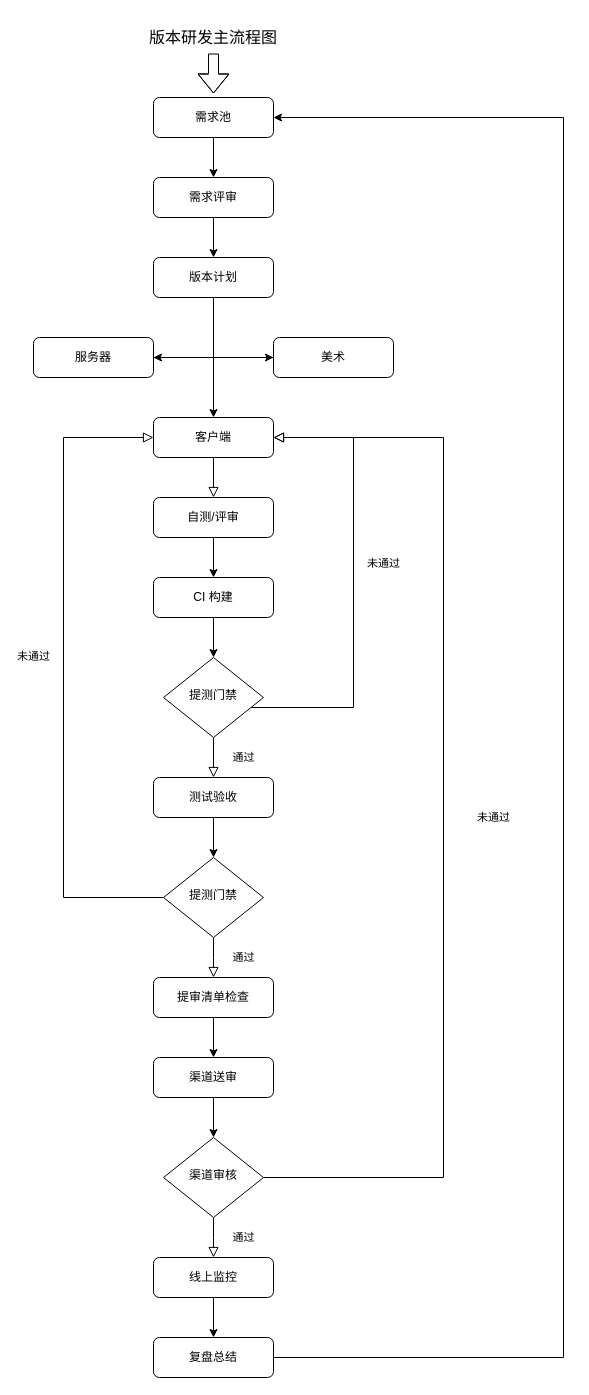
OS49Art/TowerDefense-GameFramework-Demo keeps this draw.io diagram as Doc/未命名绘图.drawio. Above is the earlier version. Source tidied: cells renumbered, new cells numbered last; positions are measured from the earlier drawing's top-left corner, leaving out a move shared by most shapes. Both pictures are drawn from the tidied source at 100%, with x=0, y=0 at pixel (23, 17).
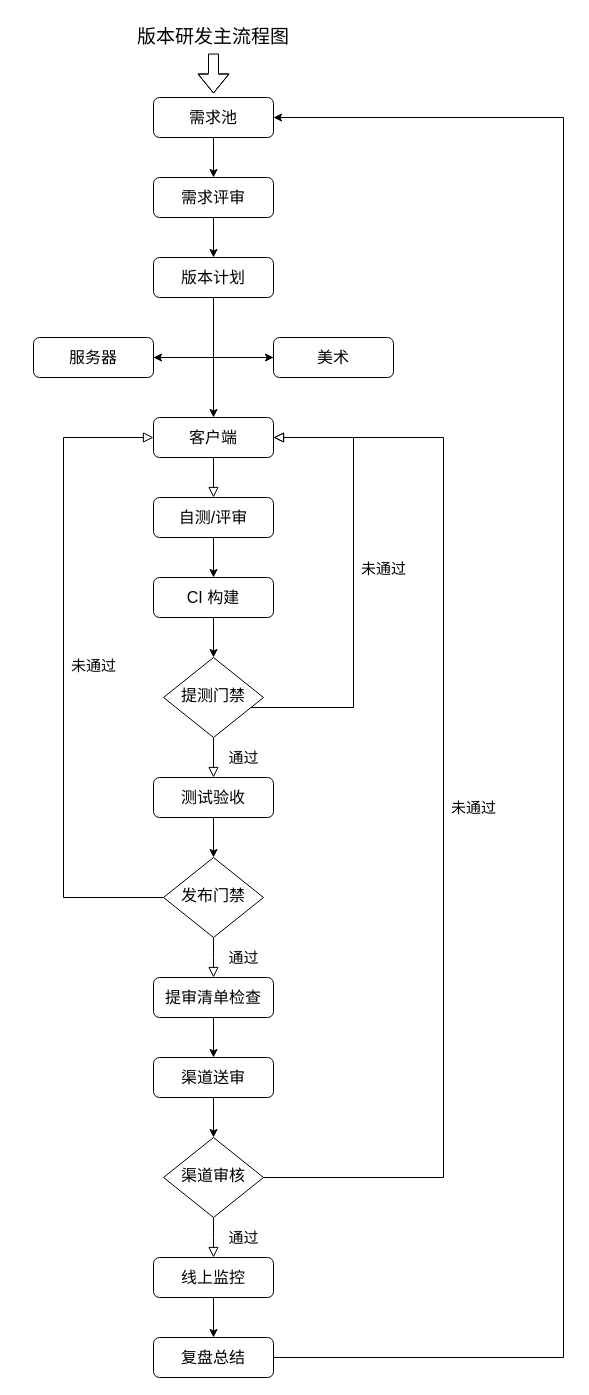
The same page after the edit.

Commit message:
更新未命名绘图.drawio

Change to the diagram source:
```diff
@@
-    <mxCell id="3" value="客户端" style="rounded=1;whiteSpace=wrap;html=1;fontSize=12;glass=0;strokeWidth=1;shadow=0;" parent="1" vertex="1">
+    <mxCell id="3" value="&lt;font&gt;客户端&lt;/font&gt;" style="rounded=1;whiteSpace=wrap;html=1;fontSize=16;glass=0;strokeWidth=1;shadow=0;" parent="1" vertex="1">
       <mxGeometry x="130" y="400" width="120" height="40" as="geometry" />
     </mxCell>
@@
-    <mxCell id="5" value="自测/评审" style="rounded=1;whiteSpace=wrap;html=1;fontSize=12;glass=0;strokeWidth=1;shadow=0;" parent="1" vertex="1">
+    <mxCell id="5" value="自测/评审" style="rounded=1;whiteSpace=wrap;html=1;fontSize=16;glass=0;strokeWidth=1;shadow=0;" parent="1" vertex="1">
       <mxGeometry x="130" y="480" width="120" height="40" as="geometry" />
     </mxCell>
-    <mxCell id="6" value="未通过" style="rounded=0;html=1;jettySize=auto;fontSize=11;endArrow=block;endFill=0;endSize=8;strokeWidth=1;shadow=0;labelBackgroundColor=none;edgeStyle=orthogonalEdgeStyle;entryX=1;entryY=0.5;entryDx=0;entryDy=0;" parent="1" edge="1" source="8" target="3">
-      <mxGeometry x="0.09" y="-30" relative="1" as="geometry">
+    <mxCell id="6" value="未通过" style="rounded=0;html=1;jettySize=auto;fontSize=15;endArrow=block;endFill=0;endSize=8;strokeWidth=1;shadow=0;labelBackgroundColor=none;edgeStyle=orthogonalEdgeStyle;entryX=1;entryY=0.5;entryDx=0;entryDy=0;" parent="1" edge="1" source="8" target="3">
+      <mxGeometry x="0.07" y="-30" relative="1" as="geometry">
         <Array as="points">
           <mxPoint x="330" y="690" />
           <mxPoint x="330" y="420" />
         </Array>
       </mxGeometry>
     </mxCell>
-    <mxCell id="7" value="通过" style="edgeStyle=orthogonalEdgeStyle;rounded=0;html=1;jettySize=auto;fontSize=11;endArrow=block;endFill=0;endSize=8;strokeWidth=1;shadow=0;labelBackgroundColor=none;entryX=0.5;entryY=0;entryDx=0;entryDy=0;" parent="1" edge="1" source="8" target="10">
+    <mxCell id="7" value="通过" style="edgeStyle=orthogonalEdgeStyle;rounded=0;html=1;jettySize=auto;fontSize=15;endArrow=block;endFill=0;endSize=8;strokeWidth=1;shadow=0;labelBackgroundColor=none;entryX=0.5;entryY=0;entryDx=0;entryDy=0;" parent="1" edge="1" source="8" target="10">
       <mxGeometry y="30" relative="1" as="geometry" />
     </mxCell>
-    <mxCell id="8" value="提测门禁" style="rhombus;whiteSpace=wrap;html=1;shadow=0;fontFamily=Helvetica;fontSize=12;align=center;strokeWidth=1;spacing=6;spacingTop=-4;" parent="1" vertex="1">
+    <mxCell id="8" value="提测门禁" style="rhombus;whiteSpace=wrap;html=1;shadow=0;fontFamily=Helvetica;fontSize=16;align=center;strokeWidth=1;spacing=6;spacingTop=-4;" parent="1" vertex="1">
       <mxGeometry x="140" y="640" width="100" height="80" as="geometry" />
     </mxCell>
@@
-    <mxCell id="10" value="测试验收" style="rounded=1;whiteSpace=wrap;html=1;fontSize=12;glass=0;strokeWidth=1;shadow=0;" parent="1" vertex="1">
+    <mxCell id="10" value="测试验收" style="rounded=1;whiteSpace=wrap;html=1;fontSize=16;glass=0;strokeWidth=1;shadow=0;" parent="1" vertex="1">
       <mxGeometry x="130" y="760" width="120" height="40" as="geometry" />
     </mxCell>
-    <mxCell id="11" value="&lt;font style=&quot;font-size: 16px;&quot;&gt;版本研发主流程图&lt;/font&gt;" style="text;html=1;whiteSpace=wrap;strokeColor=none;fillColor=none;align=center;verticalAlign=middle;rounded=0;" parent="1" vertex="1">
+    <mxCell id="11" value="&lt;font&gt;版本研发主流程图&lt;/font&gt;" style="text;html=1;whiteSpace=wrap;strokeColor=none;fillColor=none;align=center;verticalAlign=middle;rounded=0;fontSize=19;" parent="1" vertex="1">
       <mxGeometry width="380" height="40" as="geometry" />
     </mxCell>
@@
-    <mxCell id="13" value="需求池" style="rounded=1;whiteSpace=wrap;html=1;fontSize=12;glass=0;strokeWidth=1;shadow=0;" parent="1" vertex="1">
+    <mxCell id="13" value="&lt;font&gt;需求池&lt;/font&gt;" style="rounded=1;whiteSpace=wrap;html=1;fontSize=16;glass=0;strokeWidth=1;shadow=0;" parent="1" vertex="1">
       <mxGeometry x="130" y="80" width="120" height="40" as="geometry" />
     </mxCell>
@@
-    <mxCell id="15" value="需求评审" style="rounded=1;whiteSpace=wrap;html=1;fontSize=12;glass=0;strokeWidth=1;shadow=0;" parent="1" vertex="1">
+    <mxCell id="15" value="&lt;font&gt;需求评审&lt;/font&gt;" style="rounded=1;whiteSpace=wrap;html=1;fontSize=16;glass=0;strokeWidth=1;shadow=0;" parent="1" vertex="1">
       <mxGeometry x="130" y="160" width="120" height="40" as="geometry" />
     </mxCell>
@@
-    <mxCell id="17" value="版本计划" style="rounded=1;whiteSpace=wrap;html=1;fontSize=12;glass=0;strokeWidth=1;shadow=0;" parent="1" vertex="1">
+    <mxCell id="17" value="&lt;font&gt;版本计划&lt;/font&gt;" style="rounded=1;whiteSpace=wrap;html=1;fontSize=16;glass=0;strokeWidth=1;shadow=0;" parent="1" vertex="1">
       <mxGeometry x="130" y="240" width="120" height="40" as="geometry" />
     </mxCell>
@@
-    <mxCell id="19" value="服务器" style="rounded=1;whiteSpace=wrap;html=1;fontSize=12;glass=0;strokeWidth=1;shadow=0;" parent="1" vertex="1">
+    <mxCell id="19" value="服务器" style="rounded=1;whiteSpace=wrap;html=1;fontSize=16;glass=0;strokeWidth=1;shadow=0;" parent="1" vertex="1">
       <mxGeometry x="10" y="320" width="120" height="40" as="geometry" />
     </mxCell>
@@
-    <mxCell id="21" value="美术" style="rounded=1;whiteSpace=wrap;html=1;fontSize=12;glass=0;strokeWidth=1;shadow=0;" parent="1" vertex="1">
+    <mxCell id="21" value="&lt;font&gt;美术&lt;/font&gt;" style="rounded=1;whiteSpace=wrap;html=1;fontSize=16;glass=0;strokeWidth=1;shadow=0;" parent="1" vertex="1">
       <mxGeometry x="250" y="320" width="120" height="40" as="geometry" />
     </mxCell>
@@
-    <mxCell id="23" value="CI 构建" style="rounded=1;whiteSpace=wrap;html=1;fontSize=12;glass=0;strokeWidth=1;shadow=0;" parent="1" vertex="1">
+    <mxCell id="23" value="CI 构建" style="rounded=1;whiteSpace=wrap;html=1;fontSize=16;glass=0;strokeWidth=1;shadow=0;" parent="1" vertex="1">
       <mxGeometry x="130" y="560" width="120" height="40" as="geometry" />
     </mxCell>
-    <mxCell id="24" value="提测门禁" style="rhombus;whiteSpace=wrap;html=1;shadow=0;fontFamily=Helvetica;fontSize=12;align=center;strokeWidth=1;spacing=6;spacingTop=-4;" parent="1" vertex="1">
+    <mxCell id="24" value="发布门禁" style="rhombus;whiteSpace=wrap;html=1;shadow=0;fontFamily=Helvetica;fontSize=16;align=center;strokeWidth=1;spacing=6;spacingTop=-4;" parent="1" vertex="1">
       <mxGeometry x="140" y="840" width="100" height="80" as="geometry" />
     </mxCell>
-    <mxCell id="25" value="未通过" style="rounded=0;html=1;jettySize=auto;fontSize=11;endArrow=block;endFill=0;endSize=8;strokeWidth=1;shadow=0;labelBackgroundColor=none;edgeStyle=orthogonalEdgeStyle;entryX=0;entryY=0.5;entryDx=0;entryDy=0;exitX=0;exitY=0.5;exitDx=0;exitDy=0;" parent="1" edge="1" source="24" target="3">
-      <mxGeometry x="0.05" y="30" relative="1" as="geometry">
+    <mxCell id="25" value="未通过" style="rounded=0;html=1;jettySize=auto;fontSize=15;endArrow=block;endFill=0;endSize=8;strokeWidth=1;shadow=0;labelBackgroundColor=none;edgeStyle=orthogonalEdgeStyle;entryX=0;entryY=0.5;entryDx=0;entryDy=0;exitX=0;exitY=0.5;exitDx=0;exitDy=0;" parent="1" edge="1" source="24" target="3">
+      <mxGeometry x="0.02" y="-30" relative="1" as="geometry">
         <Array as="points">
           <mxPoint x="40" y="880" />
           <mxPoint x="40" y="420" />
         </Array>
       </mxGeometry>
     </mxCell>
@@
-    <mxCell id="27" value="提审清单检查" style="rounded=1;whiteSpace=wrap;html=1;fontSize=12;glass=0;strokeWidth=1;shadow=0;" parent="1" vertex="1">
+    <mxCell id="27" value="提审清单检查" style="rounded=1;whiteSpace=wrap;html=1;fontSize=16;glass=0;strokeWidth=1;shadow=0;" parent="1" vertex="1">
       <mxGeometry x="130" y="960" width="120" height="40" as="geometry" />
     </mxCell>
@@
-    <mxCell id="29" value="渠道送审" style="rounded=1;whiteSpace=wrap;html=1;fontSize=12;glass=0;strokeWidth=1;shadow=0;" parent="1" vertex="1">
+    <mxCell id="29" value="渠道送审" style="rounded=1;whiteSpace=wrap;html=1;fontSize=16;glass=0;strokeWidth=1;shadow=0;" parent="1" vertex="1">
       <mxGeometry x="130" y="1040" width="120" height="40" as="geometry" />
     </mxCell>
@@
-    <mxCell id="31" value="线上监控" style="rounded=1;whiteSpace=wrap;html=1;fontSize=12;glass=0;strokeWidth=1;shadow=0;" parent="1" vertex="1">
+    <mxCell id="31" value="线上监控" style="rounded=1;whiteSpace=wrap;html=1;fontSize=16;glass=0;strokeWidth=1;shadow=0;" parent="1" vertex="1">
       <mxGeometry x="130" y="1240" width="120" height="40" as="geometry" />
     </mxCell>
@@
-    <mxCell id="33" value="复盘总结" style="rounded=1;whiteSpace=wrap;html=1;fontSize=12;glass=0;strokeWidth=1;shadow=0;" parent="1" vertex="1">
+    <mxCell id="33" value="复盘总结" style="rounded=1;whiteSpace=wrap;html=1;fontSize=16;glass=0;strokeWidth=1;shadow=0;" parent="1" vertex="1">
       <mxGeometry x="130" y="1320" width="120" height="40" as="geometry" />
     </mxCell>
-    <mxCell id="34" value="通过" style="edgeStyle=orthogonalEdgeStyle;rounded=0;html=1;jettySize=auto;fontSize=11;endArrow=block;endFill=0;endSize=8;strokeWidth=1;shadow=0;labelBackgroundColor=none;entryX=0.5;entryY=0;entryDx=0;entryDy=0;exitX=0.5;exitY=1;exitDx=0;exitDy=0;" parent="1" edge="1" source="24" target="27">
+    <mxCell id="34" value="通过" style="edgeStyle=orthogonalEdgeStyle;rounded=0;html=1;jettySize=auto;fontSize=15;endArrow=block;endFill=0;endSize=8;strokeWidth=1;shadow=0;labelBackgroundColor=none;entryX=0.5;entryY=0;entryDx=0;entryDy=0;exitX=0.5;exitY=1;exitDx=0;exitDy=0;" parent="1" edge="1" source="24" target="27">
       <mxGeometry y="30" relative="1" as="geometry">
         <Array as="points">
           <mxPoint x="190" y="940" />
           <mxPoint x="190" y="940" />
         </Array>
       </mxGeometry>
     </mxCell>
-    <mxCell id="35" value="渠道审核" style="rhombus;whiteSpace=wrap;html=1;shadow=0;fontFamily=Helvetica;fontSize=12;align=center;strokeWidth=1;spacing=6;spacingTop=-4;" parent="1" vertex="1">
+    <mxCell id="35" value="渠道审核" style="rhombus;whiteSpace=wrap;html=1;shadow=0;fontFamily=Helvetica;fontSize=16;align=center;strokeWidth=1;spacing=6;spacingTop=-4;" parent="1" vertex="1">
       <mxGeometry x="140" y="1120" width="100" height="80" as="geometry" />
     </mxCell>
-    <mxCell id="36" value="未通过" style="edgeStyle=orthogonalEdgeStyle;rounded=0;html=1;jettySize=auto;fontSize=11;endArrow=block;endFill=0;endSize=8;strokeWidth=1;shadow=0;labelBackgroundColor=none;exitX=1;exitY=0.5;exitDx=0;exitDy=0;" parent="1" edge="1" source="35" target="3">
-      <mxGeometry x="-0.01" y="-50" relative="1" as="geometry">
+    <mxCell id="36" value="未通过" style="edgeStyle=orthogonalEdgeStyle;rounded=0;html=1;jettySize=auto;fontSize=15;endArrow=block;endFill=0;endSize=8;strokeWidth=1;shadow=0;labelBackgroundColor=none;exitX=1;exitY=0.5;exitDx=0;exitDy=0;" parent="1" edge="1" source="35" target="3">
+      <mxGeometry x="0.01" y="-30" relative="1" as="geometry">
         <Array as="points">
           <mxPoint x="420" y="1160" />
           <mxPoint x="420" y="420" />
         </Array>
       </mxGeometry>
     </mxCell>
-    <mxCell id="37" value="通过" style="edgeStyle=orthogonalEdgeStyle;rounded=0;html=1;jettySize=auto;fontSize=11;endArrow=block;endFill=0;endSize=8;strokeWidth=1;shadow=0;labelBackgroundColor=none;entryX=0.5;entryY=0;entryDx=0;entryDy=0;exitX=0.5;exitY=1;exitDx=0;exitDy=0;" parent="1" edge="1" source="35" target="31">
+    <mxCell id="37" value="通过" style="edgeStyle=orthogonalEdgeStyle;rounded=0;html=1;jettySize=auto;fontSize=15;endArrow=block;endFill=0;endSize=8;strokeWidth=1;shadow=0;labelBackgroundColor=none;entryX=0.5;entryY=0;entryDx=0;entryDy=0;exitX=0.5;exitY=1;exitDx=0;exitDy=0;" parent="1" edge="1" source="35" target="31">
       <mxGeometry y="30" relative="1" as="geometry">
         <Array as="points">
           <mxPoint x="190" y="1220" />
           <mxPoint x="190" y="1220" />
         </Array>
       </mxGeometry>
     </mxCell>
```
